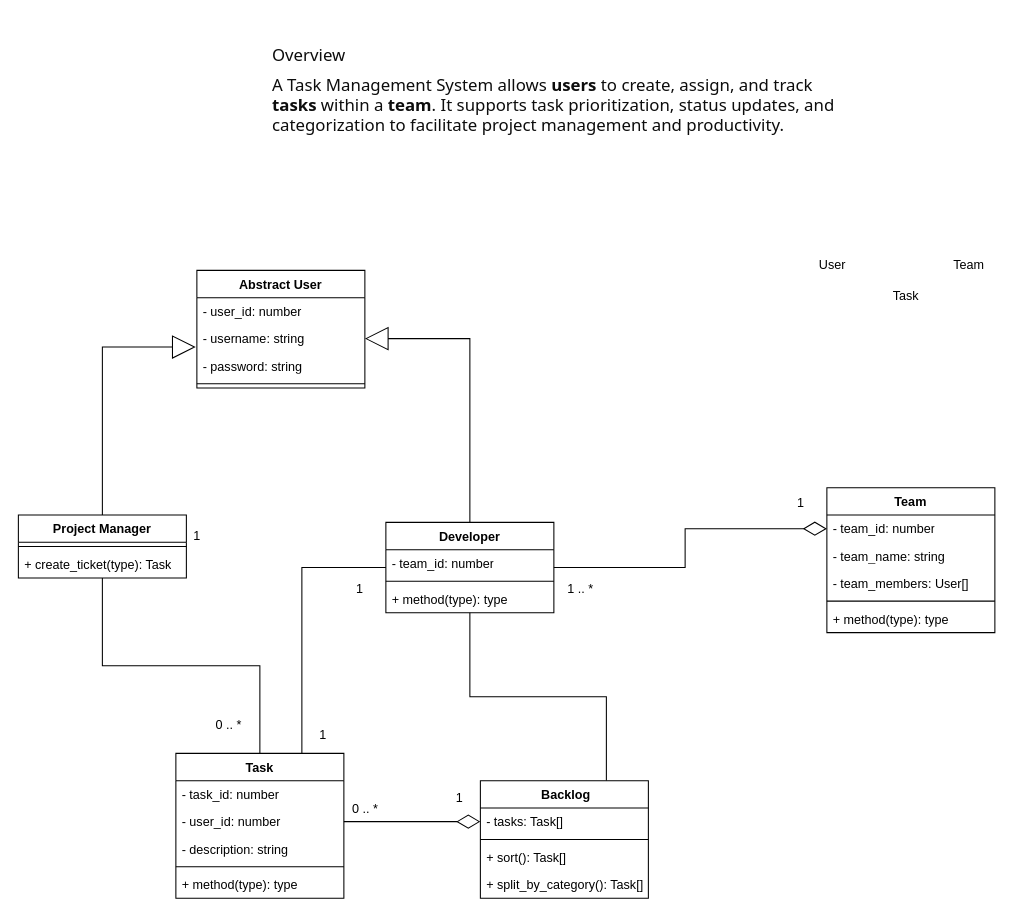
The draw.io diagram Task Management.drawio in VukanCekic/system-design, before the edit. Source tidied: cells renumbered, new cells numbered last; positions are measured from the earlier drawing's top-left corner, leaving out a move shared by most shapes. Both pictures are drawn from the tidied source at 105%, with x=0, y=0 at pixel (18, 18).
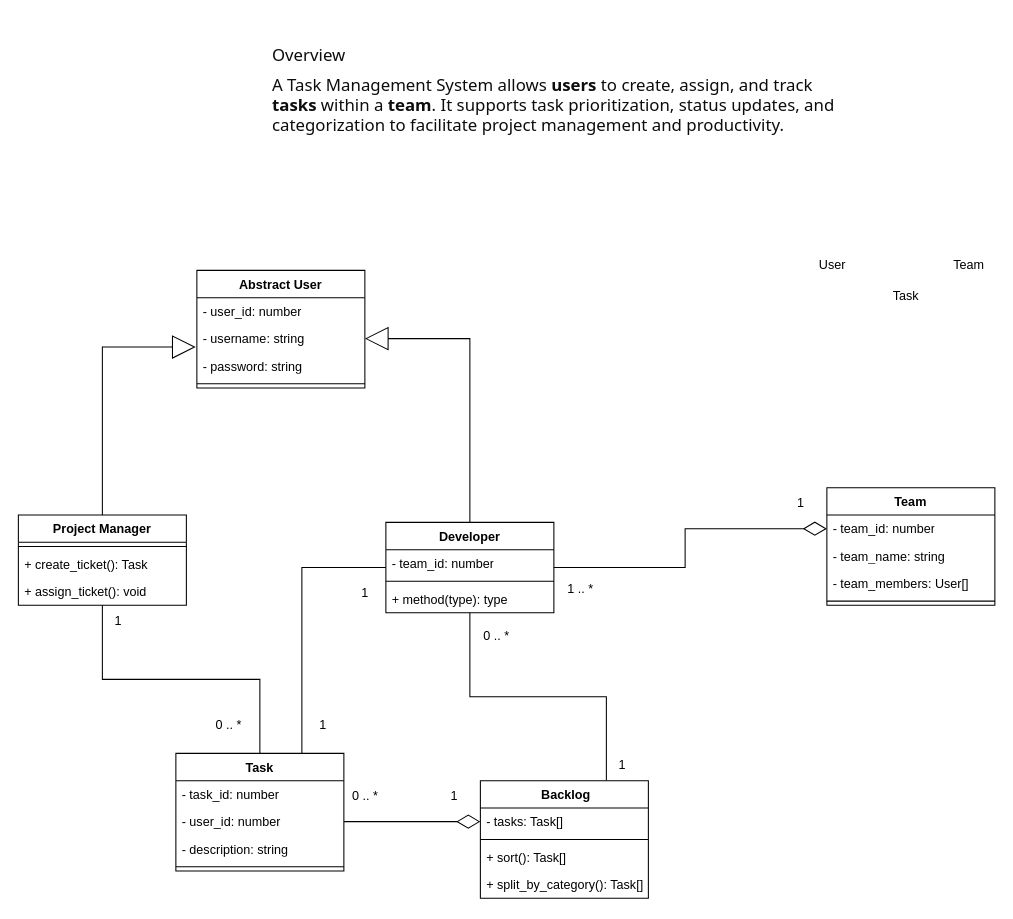
The same diagram, later.

Diff of the diagram source:
```diff
@@
     <mxCell id="11" value="Team" style="swimlane;fontStyle=1;align=center;verticalAlign=top;horizontal=1;startSize=26;whiteSpace=wrap;html=1;" parent="1" vertex="1">
-      <mxGeometry x="770" y="447" width="160" height="138" as="geometry" />
+      <mxGeometry x="770" y="447" width="160" height="112" as="geometry" />
     </mxCell>
@@
-    <mxCell id="16" value="+ method(type): type" style="text;strokeColor=none;fillColor=none;align=left;verticalAlign=top;spacingLeft=4;spacingRight=4;overflow=hidden;whiteSpace=wrap;html=1;" parent="11" vertex="1">
-      <mxGeometry y="112" width="160" height="26" as="geometry" />
-    </mxCell>
@@
     <mxCell id="18" value="Project Manager" style="swimlane;fontStyle=1;align=center;verticalAlign=top;horizontal=1;startSize=26;whiteSpace=wrap;html=1;" parent="1" vertex="1">
-      <mxGeometry y="473" width="160" height="60" as="geometry" />
+      <mxGeometry y="473" width="160" height="86" as="geometry" />
     </mxCell>
@@
-    <mxCell id="20" value="+ create_ticket(type): Task" style="text;strokeColor=none;fillColor=none;align=left;verticalAlign=top;spacingLeft=4;spacingRight=4;overflow=hidden;whiteSpace=wrap;html=1;" parent="18" vertex="1">
+    <mxCell id="20" value="+ create_ticket(): Task" style="text;strokeColor=none;fillColor=none;align=left;verticalAlign=top;spacingLeft=4;spacingRight=4;overflow=hidden;whiteSpace=wrap;html=1;" parent="18" vertex="1">
       <mxGeometry y="34" width="160" height="26" as="geometry" />
     </mxCell>
+    <mxCell id="50" value="+ assign_ticket(): void" style="text;strokeColor=none;fillColor=none;align=left;verticalAlign=top;spacingLeft=4;spacingRight=4;overflow=hidden;whiteSpace=wrap;html=1;" parent="18" vertex="1">
+      <mxGeometry y="60" width="160" height="26" as="geometry" />
+    </mxCell>
@@
     <mxCell id="32" value="Task" style="swimlane;fontStyle=1;align=center;verticalAlign=top;horizontal=1;startSize=26;whiteSpace=wrap;html=1;" parent="1" vertex="1">
-      <mxGeometry x="150" y="700" width="160" height="138" as="geometry" />
+      <mxGeometry x="150" y="700" width="160" height="112" as="geometry" />
     </mxCell>
@@
-    <mxCell id="37" value="+ method(type): type" style="text;strokeColor=none;fillColor=none;align=left;verticalAlign=top;spacingLeft=4;spacingRight=4;overflow=hidden;whiteSpace=wrap;html=1;" parent="32" vertex="1">
-      <mxGeometry y="112" width="160" height="26" as="geometry" />
-    </mxCell>
     <mxCell id="38" value="1" style="text;html=1;align=center;verticalAlign=middle;strokeColor=none;fillColor=none;" parent="1" vertex="1">
-      <mxGeometry x="155" y="478" width="30" height="30" as="geometry" />
+      <mxGeometry x="80" y="559" width="30" height="30" as="geometry" />
     </mxCell>
@@
     <mxCell id="40" value="1" style="text;html=1;align=center;verticalAlign=middle;strokeColor=none;fillColor=none;" parent="1" vertex="1">
-      <mxGeometry x="275" y="668" width="30" height="30" as="geometry" />
+      <mxGeometry x="275" y="658" width="30" height="30" as="geometry" />
     </mxCell>
     <mxCell id="41" value="1" style="text;html=1;align=center;verticalAlign=middle;strokeColor=none;fillColor=none;" parent="1" vertex="1">
-      <mxGeometry x="310" y="529" width="30" height="30" as="geometry" />
+      <mxGeometry x="315" y="533" width="30" height="30" as="geometry" />
     </mxCell>
@@
     <mxCell id="48" value="0 .. *" style="text;html=1;align=center;verticalAlign=middle;strokeColor=none;fillColor=none;" parent="1" vertex="1">
-      <mxGeometry x="305" y="738" width="50" height="30" as="geometry" />
+      <mxGeometry x="305" y="726" width="50" height="30" as="geometry" />
     </mxCell>
     <mxCell id="49" value="1" style="text;html=1;align=center;verticalAlign=middle;strokeColor=none;fillColor=none;" parent="1" vertex="1">
-      <mxGeometry x="405" y="728" width="30" height="30" as="geometry" />
+      <mxGeometry x="400" y="726" width="30" height="30" as="geometry" />
     </mxCell>
+    <mxCell id="51" value="0 .. *" style="text;html=1;align=center;verticalAlign=middle;strokeColor=none;fillColor=none;" parent="1" vertex="1">
+      <mxGeometry x="430" y="574" width="50" height="30" as="geometry" />
+    </mxCell>
+    <mxCell id="52" value="1" style="text;html=1;align=center;verticalAlign=middle;strokeColor=none;fillColor=none;" parent="1" vertex="1">
+      <mxGeometry x="560" y="696" width="30" height="30" as="geometry" />
+    </mxCell>
```
